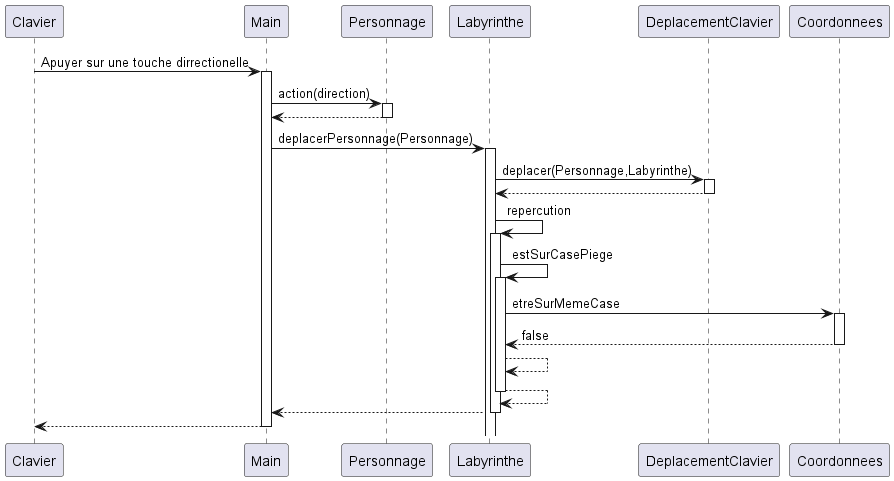
Above: zeldiablo/documents/version_4/DeplacementSurCasePiegeFalse.png in LukaSalvo/SAE2024 (PlantUML), before the change.
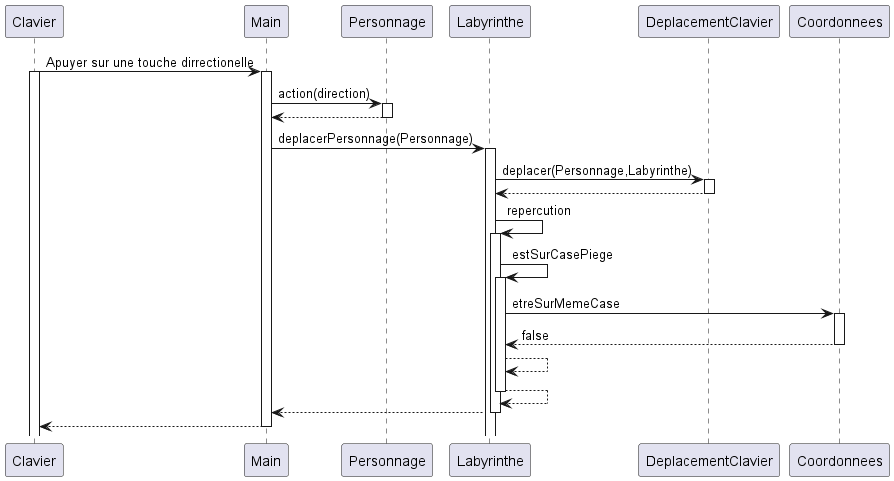
Above is the later version.

Commit message:
Correction diagramme

The edit, as a diff of the source:
```diff
@@ -1,6 +1,7 @@
 @startuml
 participant Clavier
 Clavier -> Main : Apuyer sur une touche dirrectionelle
+activate Clavier
 activate Main
 Main -> Personnage : action(direction)
 activate Personnage
```
